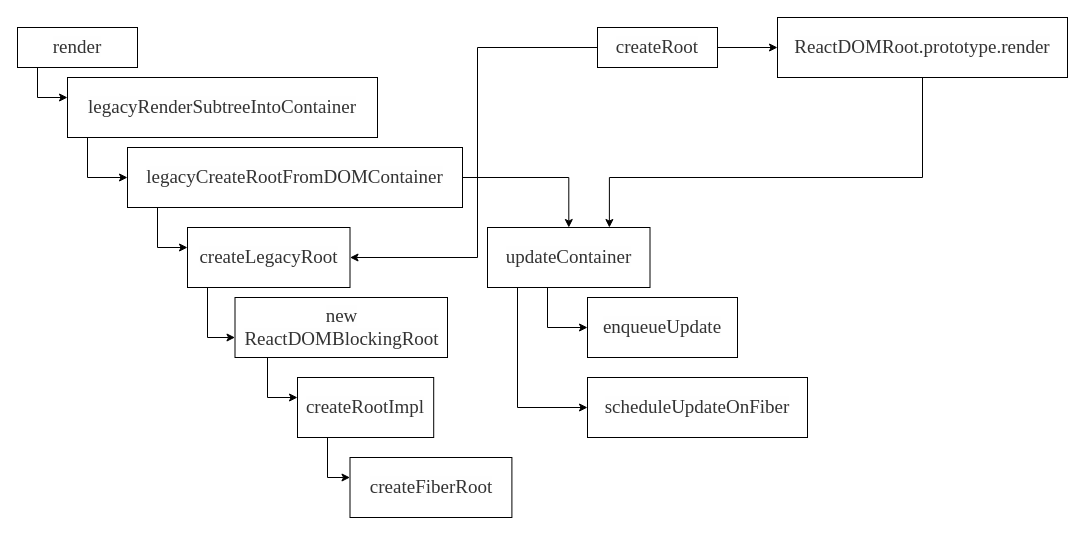
This is page "Page-1" (1 of 2) of 第五章_0.drawio from xiaochen1024/react_code, a draw.io file, before an edit. Source tidied: cells renumbered, new cells numbered last; positions are measured from the earlier drawing's top-left corner, leaving out a move shared by most shapes. Both pictures are drawn from the tidied source at 100%, with x=0, y=0 at pixel (17, 17).
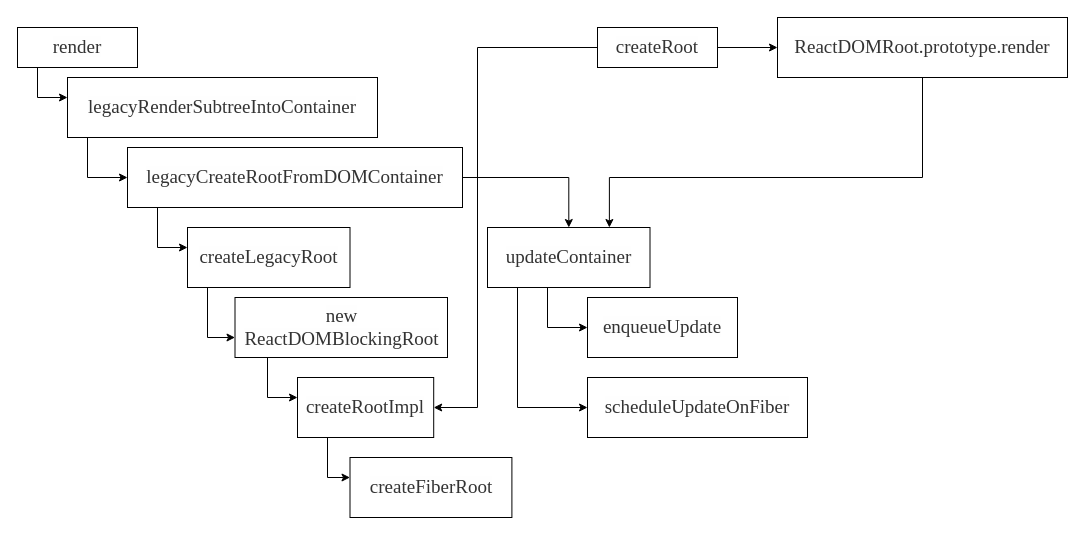
The same page after the edit.

The change refers to these unchanged cells:
```xml
<mxCell id="10" value="&lt;span style=&quot;color: rgb(51 , 51 , 51) ; font-family: &amp;#34;vollkorn&amp;#34; , &amp;#34;palatino&amp;#34; , &amp;#34;times&amp;#34; ; font-size: 19px ; text-align: justify ; background-color: rgb(254 , 254 , 254)&quot;&gt;createLegacyRoot&lt;/span&gt;" style="whiteSpace=wrap;html=1;rounded=0;" parent="1" vertex="1">
  <mxGeometry x="170" y="210" width="162.5" height="60" as="geometry" />
</mxCell>
<mxCell id="14" value="&lt;span style=&quot;color: rgb(51, 51, 51); font-family: vollkorn, palatino, times; font-size: 19px; font-style: normal; font-weight: normal; letter-spacing: normal; text-align: justify; text-indent: 0px; text-transform: none; word-spacing: 0px; background-color: rgb(254, 254, 254); text-decoration: none; display: inline; float: none;&quot;&gt;createRootImpl&lt;/span&gt;" style="whiteSpace=wrap;html=1;rounded=0;" parent="1" vertex="1">
  <mxGeometry x="280" y="360" width="136.2" height="60" as="geometry" />
</mxCell>
<mxCell id="22" value="&lt;span style=&quot;color: rgb(51 , 51 , 51) ; font-family: &amp;#34;vollkorn&amp;#34; , &amp;#34;palatino&amp;#34; , &amp;#34;times&amp;#34; ; font-size: 19px ; text-align: justify ; background-color: rgb(254 , 254 , 254)&quot;&gt;createRoot&lt;/span&gt;" style="rounded=0;whiteSpace=wrap;html=1;" parent="1" vertex="1">
  <mxGeometry x="580" y="10" width="120" height="40" as="geometry" />
</mxCell>
```

What changed in the source:
```diff
@@
-    <mxCell id="21" style="edgeStyle=orthogonalEdgeStyle;rounded=0;jettySize=auto;html=1;" parent="1" edge="1" source="22" target="10">
+    <mxCell id="21" style="edgeStyle=orthogonalEdgeStyle;rounded=0;jettySize=auto;html=1;" parent="1" edge="1" source="22" target="14">
       <mxGeometry relative="1" as="geometry">
         <Array as="points">
           <mxPoint x="460" y="30" />
-          <mxPoint x="460" y="240" />
+          <mxPoint x="460" y="390" />
         </Array>
       </mxGeometry>
     </mxCell>
```
